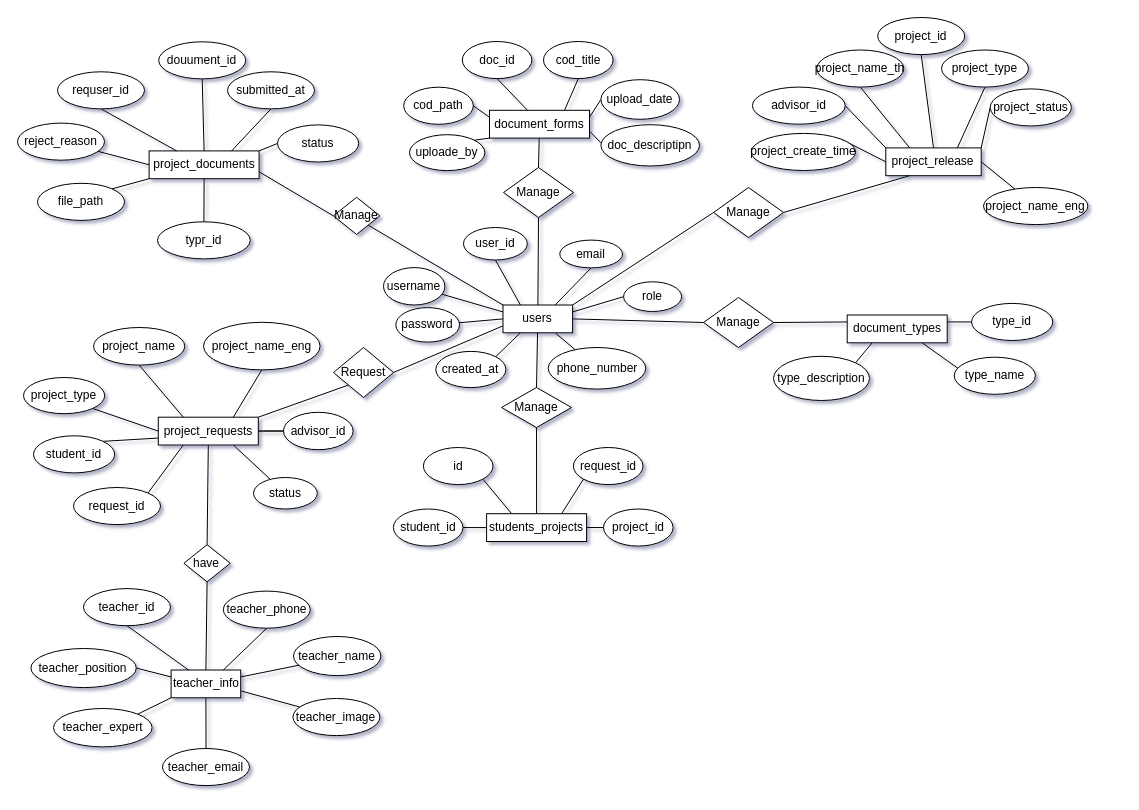
Earlier version of the draw.io diagram ER.drawio (ItsRyS/Diagram-pms). Source tidied: cells renumbered, new cells numbered last; positions are measured from the earlier drawing's top-left corner, leaving out a move shared by most shapes. Both pictures are drawn from the tidied source at 100%, with x=0, y=0 at pixel (17, 17).
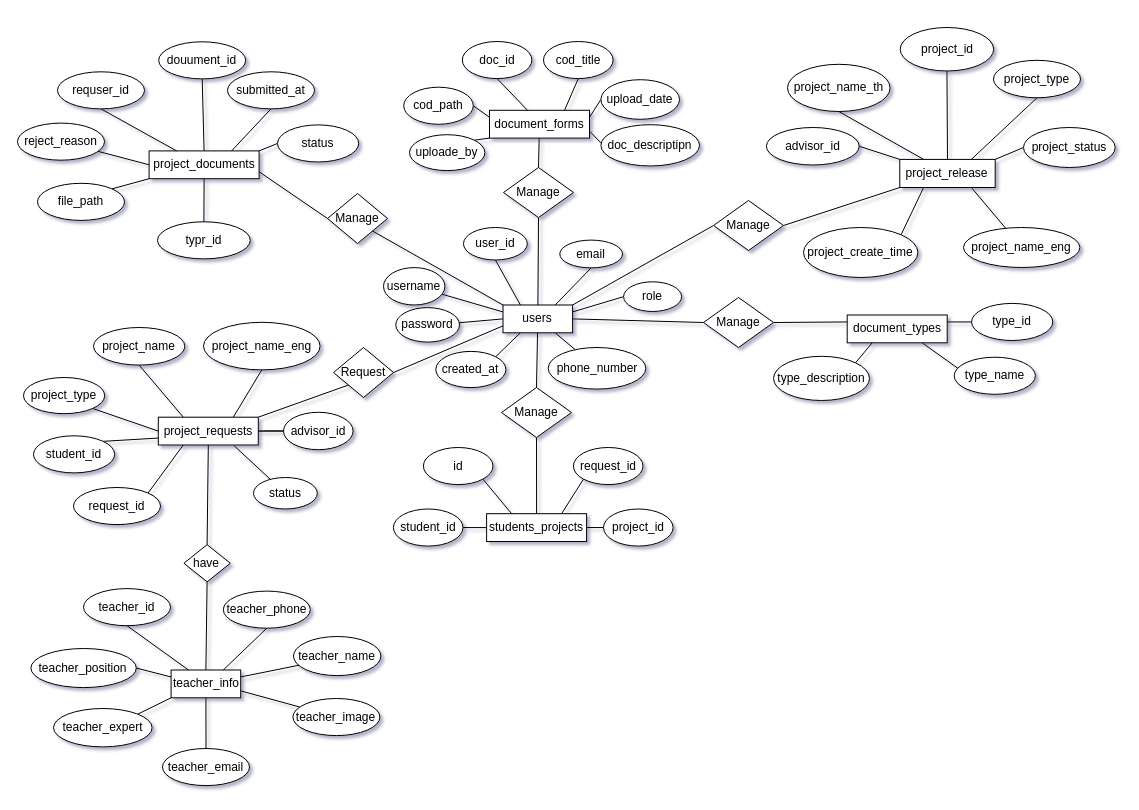
After the change.

Diff of the diagram source:
```diff
@@
     <mxCell id="2" style="group;" parent="1" vertex="1">
-      <mxGeometry x="26" width="1050" height="710" as="geometry" />
+      <mxGeometry x="26" width="1071.7" height="710" as="geometry" />
     </mxCell>
@@
     <mxCell id="20" style="group;" parent="2" vertex="1">
-      <mxGeometry x="707.7" width="342.3" height="158.2" as="geometry" />
+      <mxGeometry x="721.7" y="10" width="350" height="160" as="geometry" />
     </mxCell>
     <mxCell id="21" value="project_release" style="rounded=0;whiteSpace=wrap;" parent="20" vertex="1">
-      <mxGeometry x="134.6" y="130.4" width="95.4" height="27.8" as="geometry" />
+      <mxGeometry x="134.6" y="131.9" width="95.4" height="28.1" as="geometry" />
     </mxCell>
@@
     <mxCell id="23" value="project_type" style="ellipse;whiteSpace=wrap;" parent="20" vertex="1">
-      <mxGeometry x="190.3" y="32.5" width="87" height="37.1" as="geometry" />
+      <mxGeometry x="228.3" y="32.8" width="87" height="37.5" as="geometry" />
     </mxCell>
@@
     <mxCell id="25" value="project_name_th" style="ellipse;whiteSpace=wrap;" parent="20" vertex="1">
-      <mxGeometry x="65.6" y="32.5" width="87" height="37.1" as="geometry" />
+      <mxGeometry x="22.3" y="36.8" width="102.6" height="47.2" as="geometry" />
     </mxCell>
@@
     <mxCell id="27" value="project_status" style="ellipse;whiteSpace=wrap;" parent="20" vertex="1">
-      <mxGeometry x="239" y="71.4" width="81.2" height="37.1" as="geometry" />
+      <mxGeometry x="258.3" y="100" width="91.7" height="40" as="geometry" />
     </mxCell>
@@
     <mxCell id="29" value="advisor_id" style="ellipse;whiteSpace=wrap;" parent="20" vertex="1">
-      <mxGeometry x="1.2" y="69.6" width="92.8" height="37.1" as="geometry" />
+      <mxGeometry x="1.2" y="100" width="92.8" height="37.5" as="geometry" />
     </mxCell>
-    <mxCell id="30" style="rounded=0;jettySize=auto;exitX=1;exitY=0;exitDx=0;exitDy=0;entryX=0;entryY=0.5;entryDx=0;entryDy=0;endArrow=none;endFill=0;" parent="20" edge="1" source="31" target="21">
-      <mxGeometry relative="1" as="geometry" />
-    </mxCell>
-    <mxCell id="31" value="project_create_time" style="ellipse;whiteSpace=wrap;" parent="20" vertex="1">
-      <mxGeometry y="115.9" width="104.4" height="37.1" as="geometry" />
-    </mxCell>
@@
     <mxCell id="33" value="project_id" style="ellipse;whiteSpace=wrap;" parent="20" vertex="1">
-      <mxGeometry x="126.5" width="87" height="37.1" as="geometry" />
+      <mxGeometry x="135" width="93.5" height="43.5" as="geometry" />
     </mxCell>
@@
     <mxCell id="57" style="group;" parent="2" vertex="1">
-      <mxGeometry x="-6" y="36" width="342.3" height="199.4" as="geometry" />
+      <mxGeometry x="-6" y="36" width="350" height="199.4" as="geometry" />
     </mxCell>
@@
     <mxCell id="74" value="Manage" style="rhombus;whiteSpace=wrap;html=1;rounded=0;" parent="57" vertex="1">
-      <mxGeometry x="295.9" y="143.8" width="46.4" height="37.1" as="geometry" />
+      <mxGeometry x="290" y="140" width="60" height="50" as="geometry" />
     </mxCell>
@@
     <mxCell id="77" value="Manage" style="rhombus;whiteSpace=wrap;html=1;rounded=0;" parent="2" vertex="1">
-      <mxGeometry x="670" y="170" width="70" height="50" as="geometry" />
+      <mxGeometry x="670" y="183" width="70" height="50" as="geometry" />
     </mxCell>
@@
-    <mxCell id="98" style="rounded=0;jettySize=auto;html=1;exitX=0.25;exitY=1;exitDx=0;exitDy=0;entryX=1;entryY=0.5;entryDx=0;entryDy=0;endArrow=none;endFill=0;" parent="2" edge="1" source="21" target="77">
+    <mxCell id="98" style="rounded=0;jettySize=auto;html=1;exitX=0;exitY=1;exitDx=0;exitDy=0;entryX=1;entryY=0.5;entryDx=0;entryDy=0;endArrow=none;endFill=0;" parent="2" edge="1" source="21" target="77">
       <mxGeometry relative="1" as="geometry" />
     </mxCell>
@@
     <mxCell id="120" value="Manage" style="rhombus;whiteSpace=wrap;html=1;rounded=0;" parent="2" vertex="1">
-      <mxGeometry x="458" y="370" width="70" height="40" as="geometry" />
+      <mxGeometry x="458" y="370" width="70" height="50" as="geometry" />
     </mxCell>
@@
     <mxCell id="137" value="project_name_eng" style="ellipse;whiteSpace=wrap;" parent="2" vertex="1">
-      <mxGeometry x="940" y="170" width="104.4" height="37.1" as="geometry" />
+      <mxGeometry x="920" y="210" width="116.4" height="40" as="geometry" />
     </mxCell>
-    <mxCell id="138" style="rounded=0;jettySize=auto;exitX=1;exitY=0.5;exitDx=0;exitDy=0;endArrow=none;endFill=0;" parent="2" edge="1" source="21" target="137">
+    <mxCell id="138" style="rounded=0;jettySize=auto;exitX=0.75;exitY=1;exitDx=0;exitDy=0;endArrow=none;endFill=0;" parent="2" edge="1" source="21" target="137">
       <mxGeometry relative="1" as="geometry" />
     </mxCell>
+    <mxCell id="31" value="project_create_time" style="ellipse;whiteSpace=wrap;" parent="2" vertex="1">
+      <mxGeometry x="760" y="210" width="114.4" height="50" as="geometry" />
+    </mxCell>
+    <mxCell id="30" style="rounded=0;jettySize=auto;exitX=1;exitY=0;exitDx=0;exitDy=0;entryX=0.25;entryY=1;entryDx=0;entryDy=0;endArrow=none;endFill=0;" parent="2" edge="1" source="31" target="21">
+      <mxGeometry relative="1" as="geometry" />
+    </mxCell>
```
